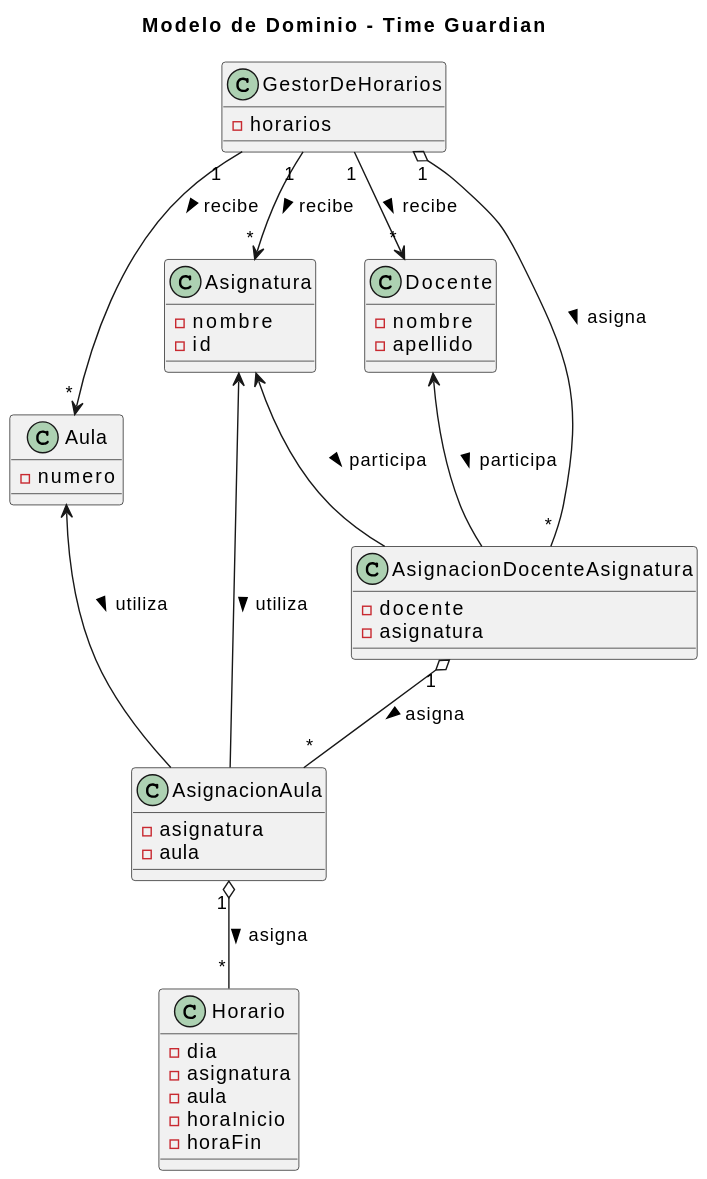
The PlantUML diagram imagenes/modelosUML/Diagrama de Clases.svg in mmasias/23-24-IdSw1-SDR, before a commit. The source it was exported from:
```plantuml
@startuml
title Modelo de Dominio - Time Guardian

class GestorDeHorarios {
    - horarios
}

class Docente {
    - nombre
    - apellido
}

class Asignatura {
    - nombre
    - id
}

class Aula {
    - numero
}

class Horario {
    - dia
    - asignatura
    - aula
    - horaInicio
    - horaFin
}

class AsignacionDocenteAsignatura {
    - docente
    - asignatura
}

class AsignacionAula {
    - asignatura
    - aula
}

GestorDeHorarios "1" --> "*" Docente : "recibe >"
GestorDeHorarios "1" --> "*" Asignatura : "recibe >"
GestorDeHorarios "1" --> "*" Aula : "recibe >"

GestorDeHorarios "1" o-- "*" AsignacionDocenteAsignatura : "asigna >"
AsignacionDocenteAsignatura "1" o-- "*" AsignacionAula : "asigna >"
AsignacionAula "1" o-- "*" Horario : "asigna >"

Docente <-- AsignacionDocenteAsignatura : "participa >"
Asignatura <-- AsignacionDocenteAsignatura : "participa >"
Asignatura <-- AsignacionAula : "utiliza >"
Aula <-- AsignacionAula : "utiliza >"
@enduml
```
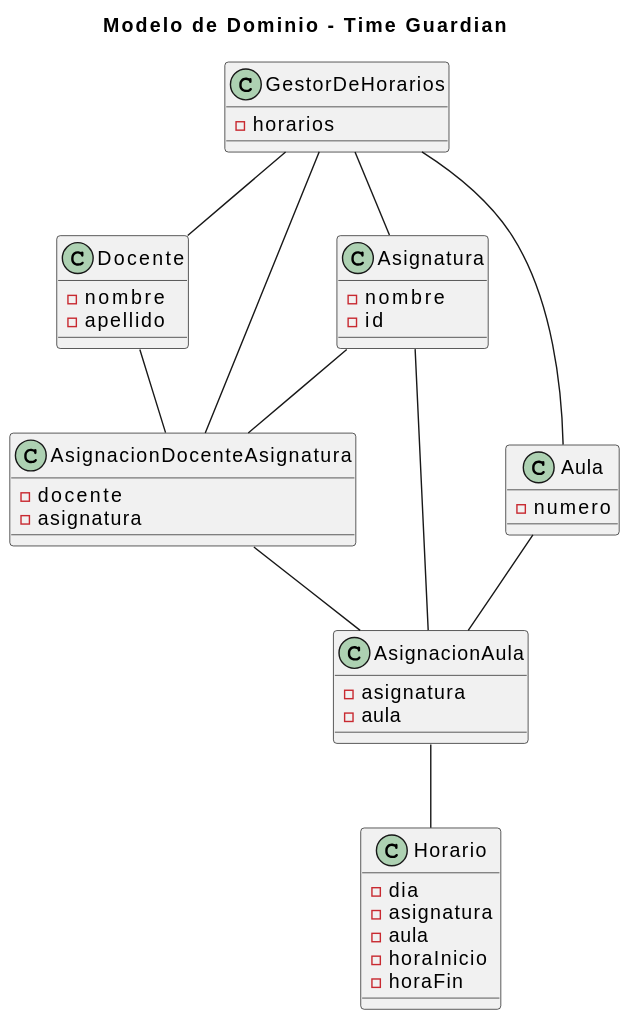
The same file after the commit.

Commit message:
quitando flechas del digrama de clases y subiendo su puml y svg

What changed in the source:
```diff
@@ -37,16 +37,16 @@
     - aula
 }
 
-GestorDeHorarios "1" --> "*" Docente : "recibe >"
-GestorDeHorarios "1" --> "*" Asignatura : "recibe >"
-GestorDeHorarios "1" --> "*" Aula : "recibe >"
+GestorDeHorarios  --  Docente
+GestorDeHorarios  --  Asignatura
+GestorDeHorarios  -- Aula
 
-GestorDeHorarios "1" o-- "*" AsignacionDocenteAsignatura : "asigna >"
-AsignacionDocenteAsignatura "1" o-- "*" AsignacionAula : "asigna >"
-AsignacionAula "1" o-- "*" Horario : "asigna >"
+GestorDeHorarios -- AsignacionDocenteAsignatura
+AsignacionDocenteAsignatura --  AsignacionAula
+AsignacionAula --  Horario
 
-Docente <-- AsignacionDocenteAsignatura : "participa >"
-Asignatura <-- AsignacionDocenteAsignatura : "participa >"
-Asignatura <-- AsignacionAula : "utiliza >"
-Aula <-- AsignacionAula : "utiliza >"
+Docente -- AsignacionDocenteAsignatura
+Asignatura -- AsignacionDocenteAsignatura
+Asignatura -- AsignacionAula
+Aula -- AsignacionAula
 @enduml
```
